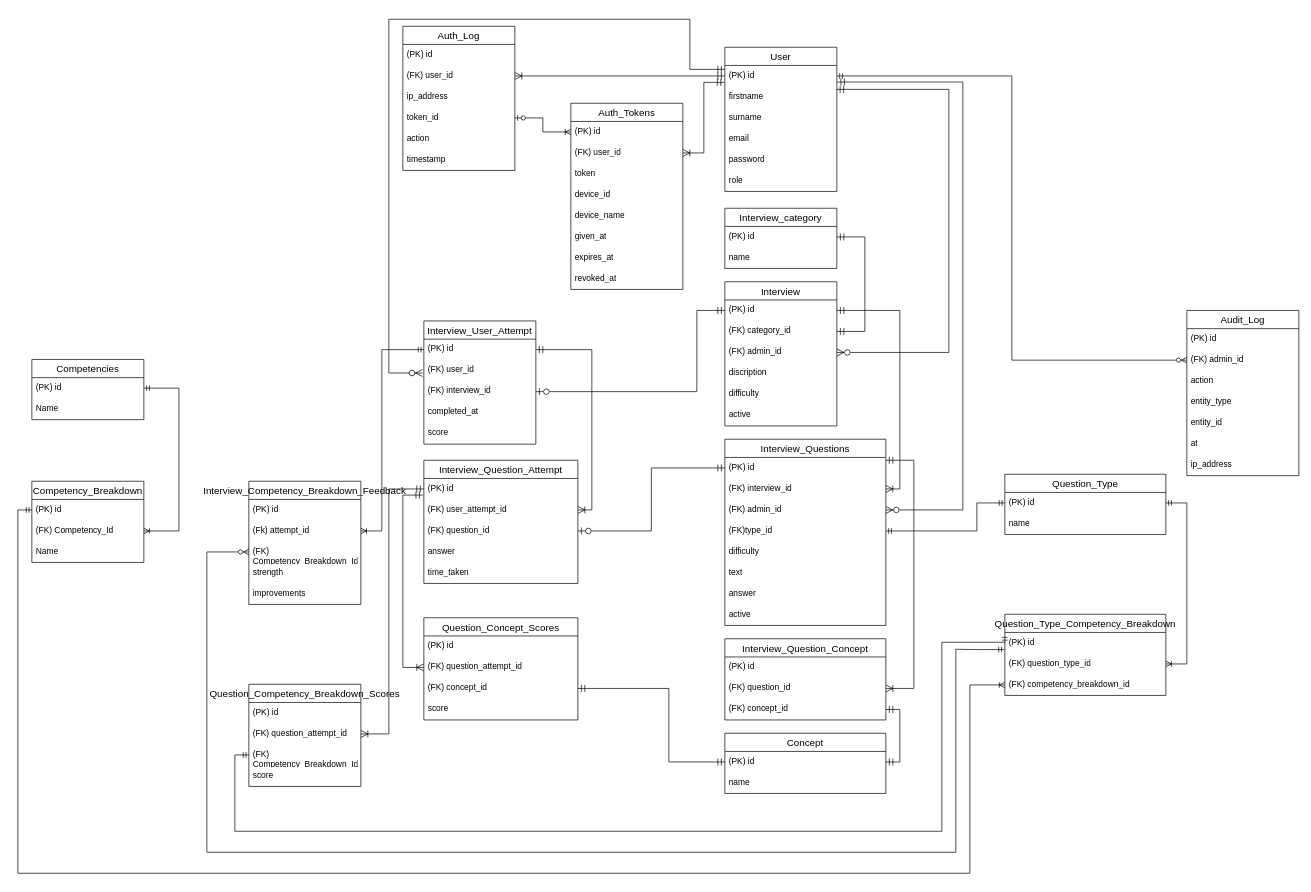
Before: diagrams/group_erd.drawio in V-DP-DEV/Capstone, a draw.io diagram. Source tidied: cells renumbered, new cells numbered last; positions are measured from the earlier drawing's top-left corner, leaving out a move shared by most shapes. Both pictures are drawn from the tidied source at 70%, with x=0, y=0 at pixel (18, 19).
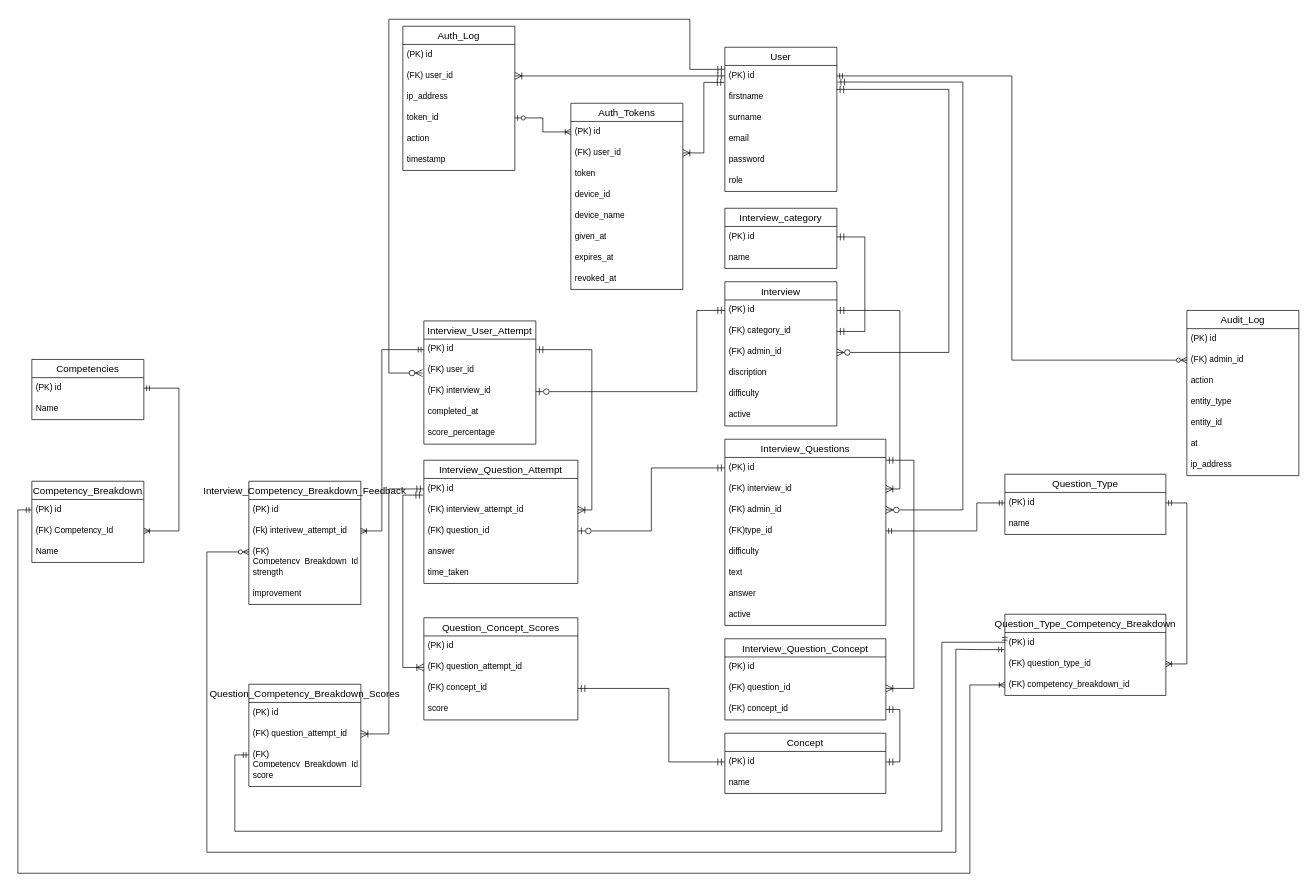
Above is the later version.

Commit message:
Updated erd diagram

Unchanged cells that the change refers to:
```xml
<mxCell id="28" value="Interview_User_Attempt" style="swimlane;fontStyle=0;horizontal=1;startSize=26;align=center;fontSize=14;" parent="1" vertex="1">
  <mxGeometry x="580" y="431" width="160" height="176" as="geometry" />
</mxCell>
<mxCell id="34" value="Interview_Question_Attempt" style="swimlane;fontStyle=0;horizontal=1;startSize=26;align=center;fontSize=14;" parent="1" vertex="1">
  <mxGeometry x="580" y="630" width="220" height="176" as="geometry" />
</mxCell>
<mxCell id="82" value="Interview_Competency_Breakdown_Feedback" style="swimlane;fontStyle=0;horizontal=1;startSize=26;align=center;fontSize=14;" parent="1" vertex="1">
  <mxGeometry x="330" y="660" width="160" height="176" as="geometry" />
</mxCell>
```

The edit, as a diff of the source:
```diff
@@
-    <mxCell id="33" value="score" style="text;strokeColor=none;fillColor=none;spacingLeft=4;spacingRight=4;overflow=hidden;fontSize=12;whiteSpace=wrap;html=1;" parent="28" vertex="1">
+    <mxCell id="33" value="score_percentage" style="text;strokeColor=none;fillColor=none;spacingLeft=4;spacingRight=4;overflow=hidden;fontSize=12;whiteSpace=wrap;html=1;" parent="28" vertex="1">
       <mxGeometry y="146" width="160" height="30" as="geometry" />
     </mxCell>
@@
-    <mxCell id="36" value="(FK) user_attempt_id" style="text;strokeColor=none;fillColor=none;spacingLeft=4;spacingRight=4;overflow=hidden;points=[[0,0.5],[1,0.5]];portConstraint=eastwest;fontSize=12;whiteSpace=wrap;html=1;" parent="34" vertex="1">
+    <mxCell id="36" value="(FK) interview_attempt_id" style="text;strokeColor=none;fillColor=none;spacingLeft=4;spacingRight=4;overflow=hidden;points=[[0,0.5],[1,0.5]];portConstraint=eastwest;fontSize=12;whiteSpace=wrap;html=1;" parent="34" vertex="1">
       <mxGeometry y="56" width="220" height="30" as="geometry" />
     </mxCell>
@@
-    <mxCell id="84" value="(Fk) attempt_id" style="text;strokeColor=none;fillColor=none;spacingLeft=4;spacingRight=4;overflow=hidden;points=[[0,0.5],[1,0.5]];portConstraint=eastwest;fontSize=12;whiteSpace=wrap;html=1;" parent="82" vertex="1">
+    <mxCell id="84" value="(Fk) interivew_attempt_id" style="text;strokeColor=none;fillColor=none;spacingLeft=4;spacingRight=4;overflow=hidden;points=[[0,0.5],[1,0.5]];portConstraint=eastwest;fontSize=12;whiteSpace=wrap;html=1;" parent="82" vertex="1">
       <mxGeometry y="56" width="160" height="30" as="geometry" />
     </mxCell>
@@
-    <mxCell id="87" value="improvements" style="text;strokeColor=none;fillColor=none;spacingLeft=4;spacingRight=4;overflow=hidden;fontSize=12;whiteSpace=wrap;html=1;" parent="82" vertex="1">
+    <mxCell id="87" value="improvement" style="text;strokeColor=none;fillColor=none;spacingLeft=4;spacingRight=4;overflow=hidden;fontSize=12;whiteSpace=wrap;html=1;" parent="82" vertex="1">
       <mxGeometry y="146" width="160" height="30" as="geometry" />
     </mxCell>
```
